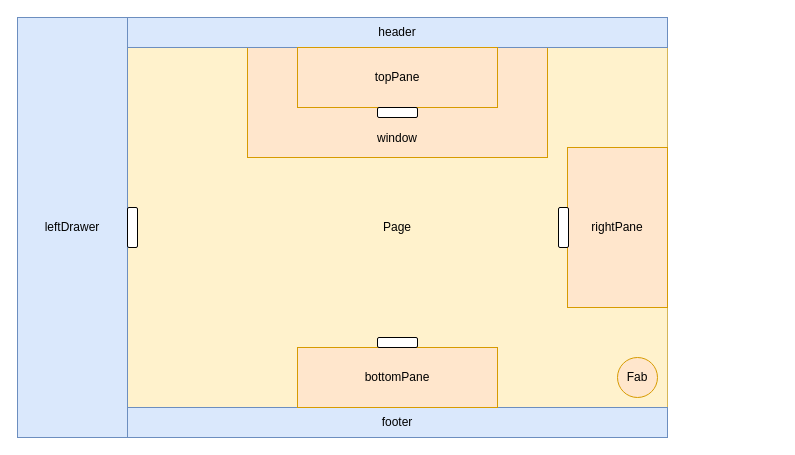
Earlier version of the draw.io diagram page "Old" (1 of 2) of docs/assets/layout.drawio (kalisio/kdk). Source tidied: cells renumbered, new cells numbered last; positions are measured from the earlier drawing's top-left corner, leaving out a move shared by most shapes. Both pictures are drawn from the tidied source at 100%, with x=0, y=0 at pixel (17, 17).
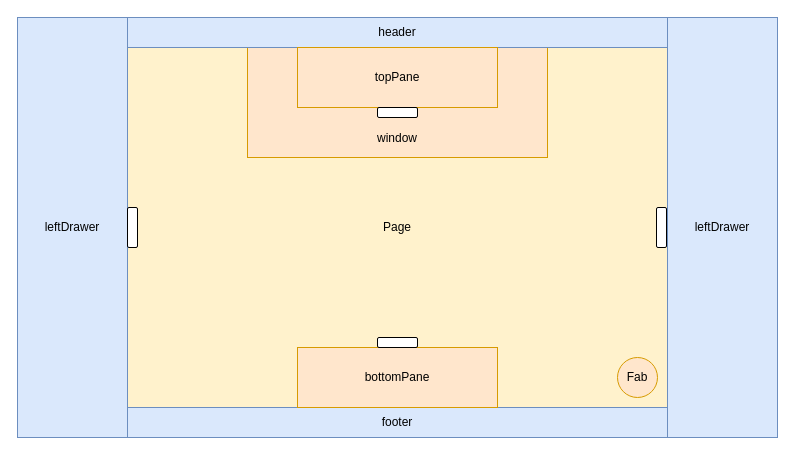
Above is the later version.

Commit message (it also covers changes not shown here):
wip: Refactor the main layout using the activity bar #285

Change to the diagram source:
```diff
@@
 <mxGraphModel>
   <root>
     <mxCell id="0" />
     <mxCell id="1" parent="0" />
     <mxCell id="2" value="Page" style="rounded=0;whiteSpace=wrap;html=1;fillColor=#fff2cc;strokeColor=#d6b656;" parent="1" vertex="1">
       <mxGeometry x="110" y="30" width="540" height="360" as="geometry" />
     </mxCell>
     <mxCell id="3" value="&lt;br&gt;&lt;br&gt;&lt;br&gt;&lt;br&gt;&lt;br&gt;window" style="rounded=0;whiteSpace=wrap;html=1;fillColor=#ffe6cc;strokeColor=#d79b00;" parent="1" vertex="1">
       <mxGeometry x="230" y="30" width="300" height="110" as="geometry" />
     </mxCell>
     <mxCell id="4" value="header" style="rounded=0;whiteSpace=wrap;html=1;fillColor=#dae8fc;strokeColor=#6c8ebf;" parent="1" vertex="1">
       <mxGeometry x="110" width="540" height="30" as="geometry" />
     </mxCell>
     <mxCell id="5" value="footer" style="rounded=0;whiteSpace=wrap;html=1;fillColor=#dae8fc;strokeColor=#6c8ebf;" parent="1" vertex="1">
       <mxGeometry x="110" y="390" width="540" height="30" as="geometry" />
     </mxCell>
     <mxCell id="6" value="leftDrawer" style="rounded=0;whiteSpace=wrap;html=1;fillColor=#dae8fc;strokeColor=#6c8ebf;" parent="1" vertex="1">
       <mxGeometry width="110" height="420" as="geometry" />
     </mxCell>
     <mxCell id="7" value="topPane" style="rounded=0;whiteSpace=wrap;html=1;fillColor=#ffe6cc;strokeColor=#d79b00;" parent="1" vertex="1">
       <mxGeometry x="280" y="30" width="200" height="60" as="geometry" />
     </mxCell>
     <mxCell id="8" value="bottomPane" style="rounded=0;whiteSpace=wrap;html=1;fillColor=#ffe6cc;strokeColor=#d79b00;" parent="1" vertex="1">
       <mxGeometry x="280" y="330" width="200" height="60" as="geometry" />
     </mxCell>
-    <mxCell id="9" value="rightPane" style="rounded=0;whiteSpace=wrap;html=1;fillColor=#ffe6cc;strokeColor=#d79b00;" parent="1" vertex="1">
-      <mxGeometry x="550" y="130" width="100" height="160" as="geometry" />
-    </mxCell>
     <mxCell id="10" value="Fab" style="ellipse;whiteSpace=wrap;html=1;fillColor=#ffe6cc;strokeColor=#d79b00;" parent="1" vertex="1">
       <mxGeometry x="600" y="340" width="40" height="40" as="geometry" />
     </mxCell>
     <mxCell id="11" style="rounded=1;whiteSpace=wrap;html=1;" parent="1" vertex="1">
       <mxGeometry x="360" y="320" width="40" height="10" as="geometry" />
     </mxCell>
     <mxCell id="12" style="rounded=1;whiteSpace=wrap;html=1;" parent="1" vertex="1">
       <mxGeometry x="360" y="90" width="40" height="10" as="geometry" />
     </mxCell>
     <mxCell id="13" style="rounded=1;whiteSpace=wrap;html=1;rotation=-90;" parent="1" vertex="1">
       <mxGeometry x="95" y="205" width="40" height="10" as="geometry" />
     </mxCell>
     <mxCell id="14" style="rounded=1;whiteSpace=wrap;html=1;rotation=-90;" parent="1" vertex="1">
-      <mxGeometry x="526" y="205" width="40" height="10" as="geometry" />
+      <mxGeometry x="624" y="205" width="40" height="10" as="geometry" />
     </mxCell>
+    <mxCell id="15" value="leftDrawer" style="rounded=0;whiteSpace=wrap;html=1;fillColor=#dae8fc;strokeColor=#6c8ebf;" parent="1" vertex="1">
+      <mxGeometry x="650" width="110" height="420" as="geometry" />
+    </mxCell>
   </root>
 </mxGraphModel>
```
